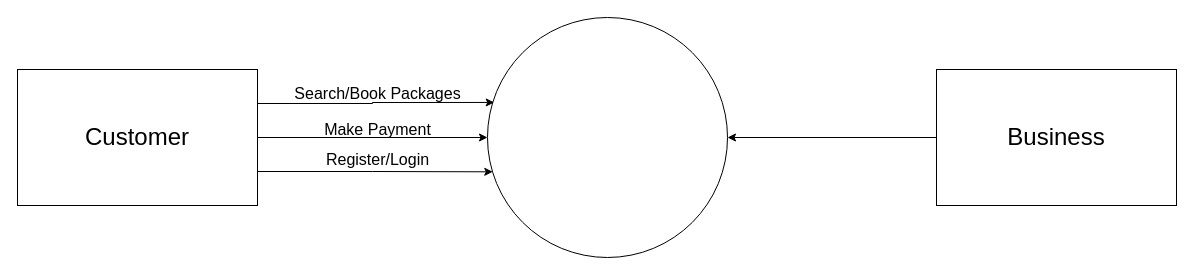
Before: LEVEL_0_DFD.drawio in PCMasterRace007/ER, a draw.io diagram. Source tidied: cells renumbered, new cells numbered last; positions are measured from the earlier drawing's top-left corner, leaving out a move shared by most shapes. Both pictures are drawn from the tidied source at 100%, with x=0, y=0 at pixel (17, 17).
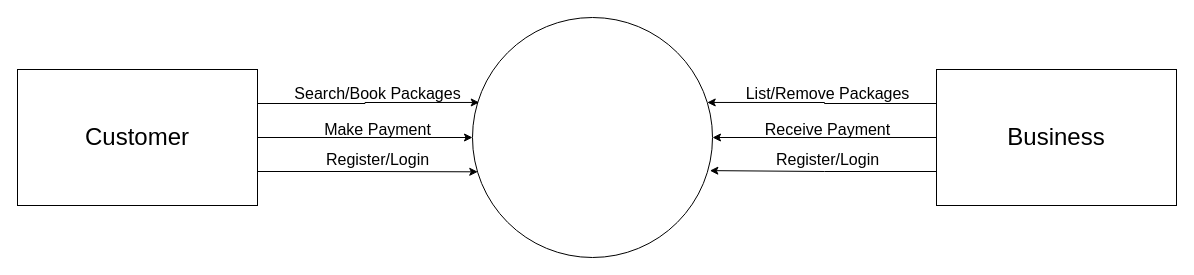
Above is the later version.

Change to the diagram source:
```diff
@@
 <mxGraphModel>
   <root>
     <mxCell id="0" />
     <mxCell id="1" parent="0" />
     <mxCell id="2" style="ellipse;whiteSpace=wrap;html=1;" parent="1" vertex="1">
-      <mxGeometry x="470" width="240" height="240" as="geometry" />
+      <mxGeometry x="455" width="240" height="240" as="geometry" />
     </mxCell>
     <mxCell id="3" style="edgeStyle=orthogonalEdgeStyle;rounded=0;jettySize=auto;html=1;exitX=0;exitY=0.5;exitDx=0;exitDy=0;entryX=1;entryY=0.5;entryDx=0;entryDy=0;" parent="1" edge="1" source="4" target="2">
       <mxGeometry relative="1" as="geometry" />
     </mxCell>
+    <mxCell id="12" style="edgeStyle=orthogonalEdgeStyle;rounded=0;jettySize=auto;html=1;exitX=0;exitY=0.25;exitDx=0;exitDy=0;entryX=0.978;entryY=0.354;entryDx=0;entryDy=0;entryPerimeter=0;" parent="1" edge="1" source="4" target="2">
+      <mxGeometry relative="1" as="geometry" />
+    </mxCell>
+    <mxCell id="13" style="edgeStyle=orthogonalEdgeStyle;rounded=0;jettySize=auto;html=1;exitX=0;exitY=0.75;exitDx=0;exitDy=0;entryX=0.989;entryY=0.638;entryDx=0;entryDy=0;entryPerimeter=0;" parent="1" edge="1" source="4" target="2">
+      <mxGeometry relative="1" as="geometry" />
+    </mxCell>
     <mxCell id="4" value="&lt;font style=&quot;font-size: 24px&quot;&gt;Business&lt;/font&gt;" style="rounded=0;whiteSpace=wrap;html=1;" parent="1" vertex="1">
       <mxGeometry x="919" y="52" width="240" height="136" as="geometry" />
     </mxCell>
     <mxCell id="5" style="edgeStyle=orthogonalEdgeStyle;rounded=0;jettySize=auto;html=1;exitX=1;exitY=0.5;exitDx=0;exitDy=0;" parent="1" edge="1" source="8" target="2">
       <mxGeometry relative="1" as="geometry" />
     </mxCell>
     <mxCell id="6" style="edgeStyle=orthogonalEdgeStyle;rounded=0;jettySize=auto;html=1;exitX=1;exitY=0.75;exitDx=0;exitDy=0;entryX=0.022;entryY=0.643;entryDx=0;entryDy=0;entryPerimeter=0;" parent="1" edge="1" source="8" target="2">
       <mxGeometry relative="1" as="geometry" />
     </mxCell>
     <mxCell id="7" style="edgeStyle=orthogonalEdgeStyle;rounded=0;jettySize=auto;html=1;exitX=1;exitY=0.25;exitDx=0;exitDy=0;entryX=0.028;entryY=0.354;entryDx=0;entryDy=0;entryPerimeter=0;" parent="1" edge="1" source="8" target="2">
       <mxGeometry relative="1" as="geometry" />
     </mxCell>
     <mxCell id="8" value="&lt;font style=&quot;font-size: 24px&quot;&gt;Customer&lt;/font&gt;" style="rounded=0;whiteSpace=wrap;html=1;" parent="1" vertex="1">
       <mxGeometry y="52" width="240" height="136" as="geometry" />
     </mxCell>
     <mxCell id="9" value="Search/&lt;font style=&quot;font-size: 16px&quot;&gt;Book Packages&lt;/font&gt;" style="text;html=1;align=center;verticalAlign=middle;strokeColor=none;fontSize=16;" parent="1" vertex="1">
       <mxGeometry x="270" y="66" width="180" height="20" as="geometry" />
     </mxCell>
     <mxCell id="10" value="Make Payment" style="text;html=1;align=center;verticalAlign=middle;strokeColor=none;fontSize=16;" parent="1" vertex="1">
       <mxGeometry x="300" y="102" width="120" height="20" as="geometry" />
     </mxCell>
     <mxCell id="11" value="Register/Login" style="text;html=1;align=center;verticalAlign=middle;strokeColor=none;fontSize=16;" parent="1" vertex="1">
       <mxGeometry x="300" y="132" width="120" height="20" as="geometry" />
     </mxCell>
+    <mxCell id="14" value="&lt;font style=&quot;font-size: 16px&quot;&gt;List/&lt;/font&gt;Remove&lt;font style=&quot;font-size: 16px&quot;&gt; Packages&lt;/font&gt;" style="text;html=1;align=center;verticalAlign=middle;strokeColor=none;fontSize=16;" parent="1" vertex="1">
+      <mxGeometry x="720" y="66" width="180" height="20" as="geometry" />
+    </mxCell>
+    <mxCell id="15" value="Receive Payment" style="text;html=1;align=center;verticalAlign=middle;strokeColor=none;fontSize=16;" parent="1" vertex="1">
+      <mxGeometry x="740" y="102" width="140" height="20" as="geometry" />
+    </mxCell>
+    <mxCell id="16" value="Register/Login" style="text;html=1;align=center;verticalAlign=middle;strokeColor=none;fontSize=16;" parent="1" vertex="1">
+      <mxGeometry x="750" y="132" width="120" height="20" as="geometry" />
+    </mxCell>
   </root>
 </mxGraphModel>
```
